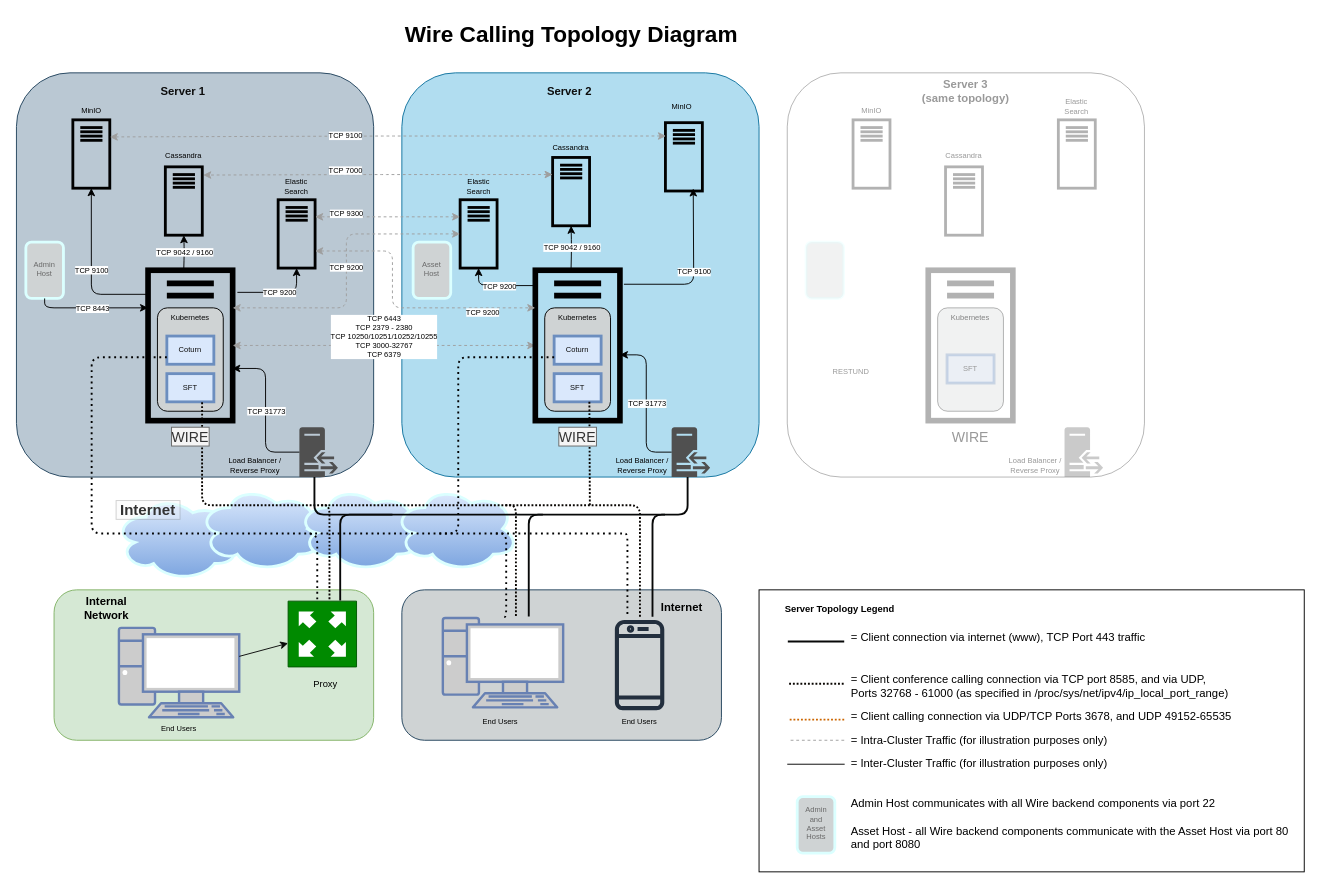
Above: src/understand/img/calling-in_cluster.drawio in wireapp/wire-docs (draw.io), before the change. Source tidied: cells renumbered, new cells numbered last; positions are measured from the earlier drawing's top-left corner, leaving out a move shared by most shapes. Both pictures are drawn from the tidied source at 94%, with x=0, y=0 at pixel (16, 16).
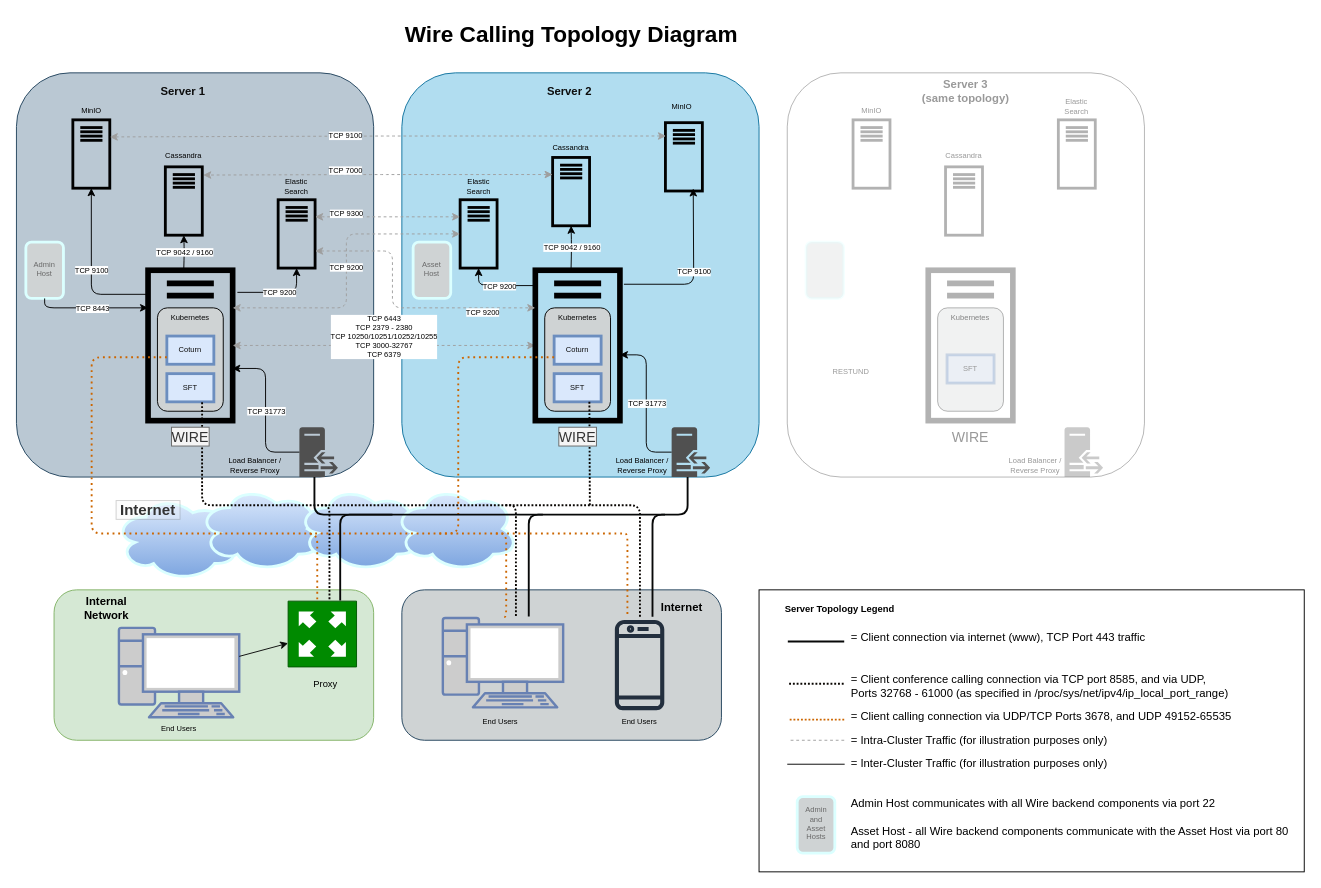
Above is the later version.

Commit message (it also covers changes not shown here):
make the dotted orange lines more consistent, and fix the port for kubernetes from the adminhost.

Unchanged cells that the change refers to:
```xml
<mxCell id="18" style="rounded=0;whiteSpace=wrap;html=1;fontSize=8;strokeColor=#6c8ebf;strokeWidth=3;fillColor=#dae8fc;" parent="10" vertex="1">
  <mxGeometry x="20" y="70" width="50" height="30" as="geometry" />
</mxCell>
<mxCell id="73" style="rounded=0;whiteSpace=wrap;html=1;fontSize=8;strokeColor=#6c8ebf;strokeWidth=3;fillColor=#dae8fc;" parent="65" vertex="1">
  <mxGeometry x="20" y="70" width="50" height="30" as="geometry" />
</mxCell>
<mxCell id="152" style="rounded=0;whiteSpace=wrap;html=1;fontSize=10;fontColor=#000000;strokeColor=#DBFFFF;strokeWidth=3;fillColor=#CFD3D4;opacity=0;" parent="1" vertex="1">
  <mxGeometry x="288" y="620" width="82" height="80" as="geometry" />
</mxCell>
<mxCell id="153" style="rounded=0;whiteSpace=wrap;html=1;fontSize=10;fontColor=#000000;strokeColor=#DBFFFF;strokeWidth=3;fillColor=#CFD3D4;opacity=0;" parent="1" vertex="1">
  <mxGeometry x="636.6" y="638.5" width="53.4" height="101.5" as="geometry" />
</mxCell>
<mxCell id="154" style="rounded=0;whiteSpace=wrap;html=1;fontSize=10;fontColor=#000000;strokeColor=#DBFFFF;strokeWidth=3;fillColor=#CFD3D4;opacity=0;" parent="1" vertex="1">
  <mxGeometry x="452" y="639.2" width="138" height="100.8" as="geometry" />
</mxCell>
```

Diff of the diagram source:
```diff
@@
-    <mxCell id="183" style="endArrow=none;startArrow=none;html=1;rounded=1;strokeWidth=2;edgeStyle=orthogonalEdgeStyle;curved=0;strokeColor=light-dark(#000000,#CC6600);exitX=0;exitY=0.75;exitDx=0;exitDy=0;startFill=0;endFill=0;dashed=1;dashPattern=1 2;" parent="1" edge="1" source="18" target="152">
+    <mxCell id="183" style="endArrow=none;startArrow=none;html=1;rounded=1;strokeWidth=2;edgeStyle=orthogonalEdgeStyle;curved=0;strokeColor=light-dark(#CC6600,#CC6600);exitX=0;exitY=0.75;exitDx=0;exitDy=0;startFill=0;endFill=0;dashed=1;dashPattern=1 2;" parent="1" edge="1" source="18" target="152">
       <mxGeometry relative="1" as="geometry">
         <Array as="points">
           <mxPoint x="80" y="362" />
           <mxPoint x="80" y="550" />
           <mxPoint x="320" y="550" />
         </Array>
       </mxGeometry>
     </mxCell>
-    <mxCell id="184" style="endArrow=none;startArrow=none;html=1;rounded=1;strokeWidth=2;edgeStyle=orthogonalEdgeStyle;curved=0;strokeColor=light-dark(#000000,#CC6600);exitX=0;exitY=0.75;exitDx=0;exitDy=0;startFill=0;endFill=0;dashed=1;dashPattern=1 2;" parent="1" edge="1" source="73">
+    <mxCell id="184" style="endArrow=none;startArrow=none;html=1;rounded=1;strokeWidth=2;edgeStyle=orthogonalEdgeStyle;curved=0;strokeColor=light-dark(#CC6600,#CC6600);exitX=0;exitY=0.75;exitDx=0;exitDy=0;startFill=0;endFill=0;dashed=1;dashPattern=1 2;" parent="1" edge="1" source="73">
       <mxGeometry relative="1" as="geometry">
         <mxPoint x="310" y="550" as="targetPoint" />
         <Array as="points">
           <mxPoint x="470" y="362" />
           <mxPoint x="470" y="550" />
         </Array>
       </mxGeometry>
     </mxCell>
-    <mxCell id="185" style="endArrow=none;startArrow=none;html=1;rounded=1;strokeWidth=2;edgeStyle=orthogonalEdgeStyle;curved=0;strokeColor=light-dark(#000000,#CC6600);startFill=0;endFill=0;entryX=0.475;entryY=0.009;entryDx=0;entryDy=0;dashed=1;dashPattern=1 2;entryPerimeter=0;" parent="1" edge="1" target="154">
+    <mxCell id="185" style="endArrow=none;startArrow=none;html=1;rounded=1;strokeWidth=2;edgeStyle=orthogonalEdgeStyle;curved=0;strokeColor=light-dark(#CC6600,#CC6600);startFill=0;endFill=0;entryX=0.475;entryY=0.009;entryDx=0;entryDy=0;dashed=1;dashPattern=1 2;entryPerimeter=0;" parent="1" edge="1" target="154">
       <mxGeometry relative="1" as="geometry">
         <mxPoint x="510" y="550" as="sourcePoint" />
         <Array as="points">
           <mxPoint x="521" y="550" />
           <mxPoint x="521" y="639" />
           <mxPoint x="518" y="639" />
         </Array>
       </mxGeometry>
     </mxCell>
@@
-    <mxCell id="189" style="endArrow=none;startArrow=none;html=1;rounded=1;strokeWidth=2;edgeStyle=orthogonalEdgeStyle;curved=0;strokeColor=light-dark(#000000,#CC6600);startFill=0;endFill=0;entryX=0.25;entryY=0;entryDx=0;entryDy=0;dashed=1;dashPattern=1 2;fillColor=#f5f5f5;" parent="1" edge="1" target="153">
+    <mxCell id="189" style="endArrow=none;startArrow=none;html=1;rounded=1;strokeWidth=2;edgeStyle=orthogonalEdgeStyle;curved=0;strokeColor=light-dark(#CC6600,#CC6600);startFill=0;endFill=0;entryX=0.25;entryY=0;entryDx=0;entryDy=0;dashed=1;dashPattern=1 2;fillColor=#f5f5f5;" parent="1" edge="1" target="153">
       <mxGeometry relative="1" as="geometry">
         <mxPoint x="450" y="550" as="sourcePoint" />
         <Array as="points">
           <mxPoint x="640" y="550" />
           <mxPoint x="650" y="550" />
         </Array>
       </mxGeometry>
     </mxCell>
```
